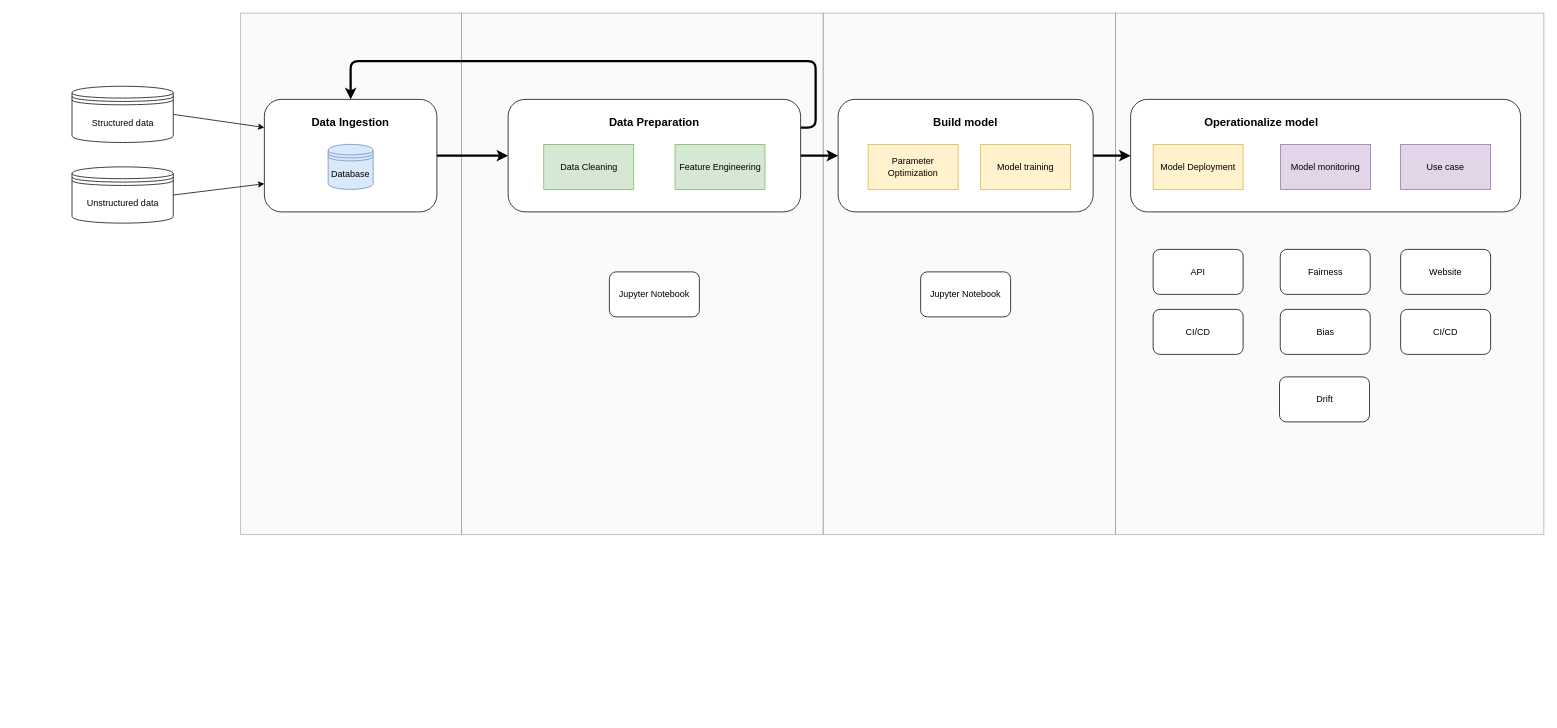
bmaelum/ml_pipeline keeps this draw.io diagram as ml_pipeline_diagram.drawio. Above is the earlier version. Source tidied: cells renumbered, new cells numbered last; positions are measured from the earlier drawing's top-left corner, leaving out a move shared by most shapes. Both pictures are drawn from the tidied source at 75%, with x=0, y=0 at pixel (71, 13).
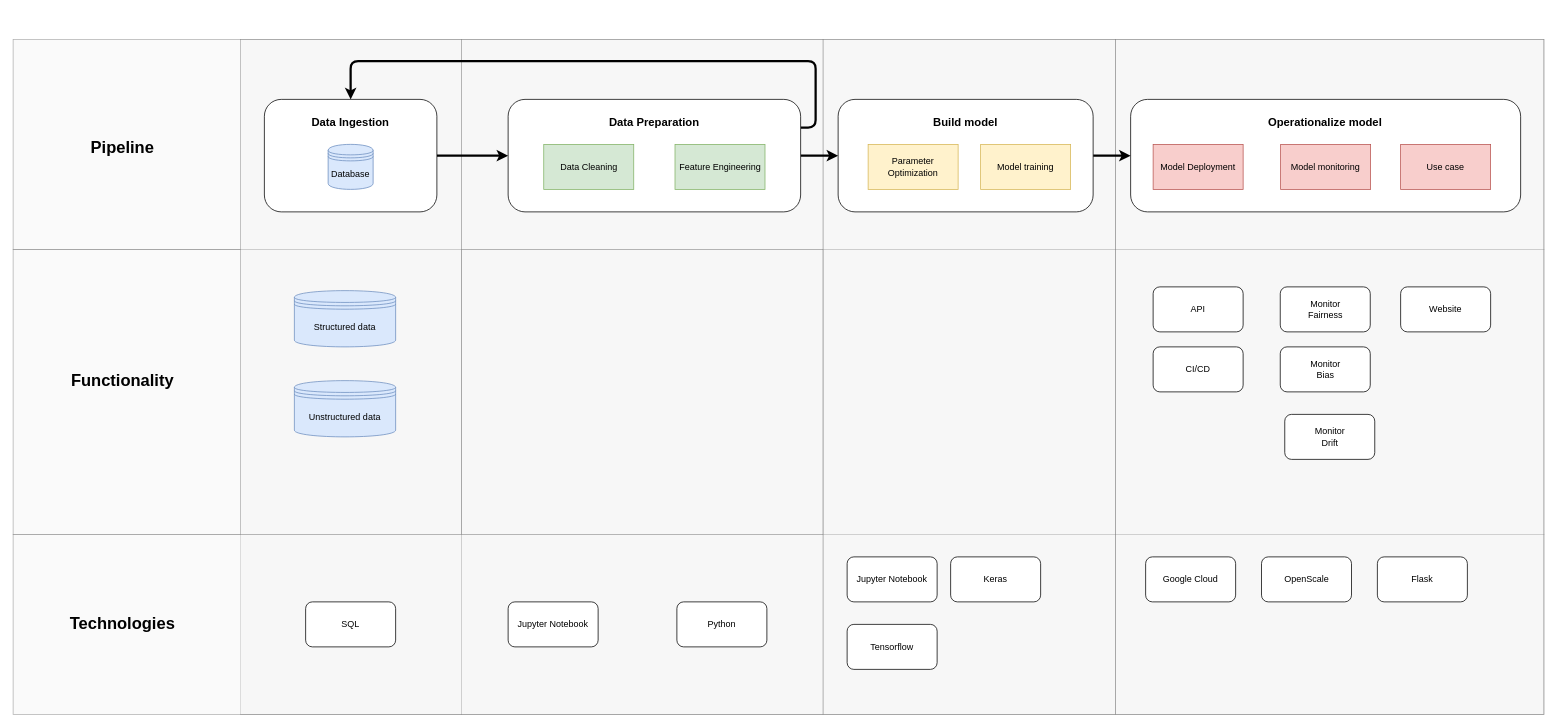
After the change.

Commit message (it also covers changes not shown here):
3rd iteration of pipeline diagram

The change refers to these unchanged cells:
```xml
<mxCell id="19" style="rounded=1;whiteSpace=wrap;html=1;" parent="1" vertex="1">
  <mxGeometry x="257" y="115" width="230" height="150" as="geometry" />
</mxCell>
```

What changed in the source:
```diff
@@
+    <mxCell id="39" style="rounded=0;whiteSpace=wrap;html=1;fillColor=#f5f5f5;strokeColor=#666666;fontColor=#333333;opacity=50;" parent="1" vertex="1">
+      <mxGeometry x="-78" y="315" width="2041" height="380" as="geometry" />
+    </mxCell>
+    <mxCell id="4" style="rounded=0;whiteSpace=wrap;html=1;fillColor=#f5f5f5;strokeColor=#666666;fontColor=#333333;opacity=50;" parent="1" vertex="1">
+      <mxGeometry x="520" y="35" width="482" height="900" as="geometry" />
+    </mxCell>
+    <mxCell id="40" style="rounded=0;whiteSpace=wrap;html=1;fillColor=#f5f5f5;strokeColor=#666666;fontColor=#333333;opacity=50;" parent="1" vertex="1">
+      <mxGeometry x="-78" y="35" width="2041" height="280" as="geometry" />
+    </mxCell>
+    <mxCell id="5" style="rounded=0;whiteSpace=wrap;html=1;fillColor=#f5f5f5;strokeColor=#666666;fontColor=#333333;opacity=50;" parent="1" vertex="1">
+      <mxGeometry x="225" y="35" width="295" height="900" as="geometry" />
+    </mxCell>
+    <mxCell id="41" style="rounded=0;whiteSpace=wrap;html=1;fillColor=#f5f5f5;strokeColor=#666666;fontColor=#333333;opacity=50;" parent="1" vertex="1">
+      <mxGeometry x="-78" y="695" width="2041" height="240" as="geometry" />
+    </mxCell>
     <mxCell id="2" style="rounded=0;whiteSpace=wrap;html=1;fillColor=#f5f5f5;strokeColor=#666666;fontColor=#333333;opacity=50;" parent="1" vertex="1">
-      <mxGeometry x="1392" width="571" height="695" as="geometry" />
+      <mxGeometry x="1392" y="35" width="571" height="900" as="geometry" />
     </mxCell>
     <mxCell id="3" style="rounded=0;whiteSpace=wrap;html=1;fillColor=#f5f5f5;strokeColor=#666666;fontColor=#333333;opacity=50;" parent="1" vertex="1">
-      <mxGeometry x="1002" width="390" height="695" as="geometry" />
+      <mxGeometry x="1002" y="35" width="390" height="900" as="geometry" />
     </mxCell>
-    <mxCell id="4" style="rounded=0;whiteSpace=wrap;html=1;fillColor=#f5f5f5;strokeColor=#666666;fontColor=#333333;opacity=50;" parent="1" vertex="1">
-      <mxGeometry x="520" width="482" height="695" as="geometry" />
-    </mxCell>
-    <mxCell id="5" style="rounded=0;whiteSpace=wrap;html=1;fillColor=#f5f5f5;strokeColor=#666666;fontColor=#333333;opacity=50;" parent="1" vertex="1">
-      <mxGeometry x="225" width="295" height="695" as="geometry" />
-    </mxCell>
@@
-    <mxCell id="15" value="Model Deployment" style="rounded=0;whiteSpace=wrap;html=1;fillColor=#fff2cc;strokeColor=#d6b656;" parent="1" vertex="1">
+    <mxCell id="15" value="Model Deployment" style="rounded=0;whiteSpace=wrap;html=1;fillColor=#f8cecc;strokeColor=#b85450;" parent="1" vertex="1">
       <mxGeometry x="1442" y="175" width="120" height="60" as="geometry" />
     </mxCell>
-    <mxCell id="16" value="Model monitoring" style="rounded=0;whiteSpace=wrap;html=1;fillColor=#e1d5e7;strokeColor=#9673a6;" parent="1" vertex="1">
+    <mxCell id="16" value="Model monitoring" style="rounded=0;whiteSpace=wrap;html=1;fillColor=#f8cecc;strokeColor=#b85450;" parent="1" vertex="1">
       <mxGeometry x="1612" y="175" width="120" height="60" as="geometry" />
     </mxCell>
@@
     <mxCell id="23" value="Operationalize model" style="text;html=1;strokeColor=none;fillColor=none;align=center;verticalAlign=middle;whiteSpace=wrap;rounded=0;fontSize=15;fontStyle=1;" parent="1" vertex="1">
-      <mxGeometry x="1502" y="135" width="169" height="20" as="geometry" />
+      <mxGeometry x="1587" y="135" width="169" height="20" as="geometry" />
     </mxCell>
@@
     <mxCell id="25" value="CI/CD" style="rounded=1;whiteSpace=wrap;html=1;" parent="1" vertex="1">
-      <mxGeometry x="1442" y="395" width="120" height="60" as="geometry" />
+      <mxGeometry x="1442" y="445" width="120" height="60" as="geometry" />
     </mxCell>
-    <mxCell id="26" value="Fairness" style="rounded=1;whiteSpace=wrap;html=1;" parent="1" vertex="1">
-      <mxGeometry x="1611.5" y="315" width="120" height="60" as="geometry" />
+    <mxCell id="26" value="Monitor &lt;br&gt;Fairness" style="rounded=1;whiteSpace=wrap;html=1;" parent="1" vertex="1">
+      <mxGeometry x="1611.5" y="365" width="120" height="60" as="geometry" />
     </mxCell>
-    <mxCell id="27" value="Bias" style="rounded=1;whiteSpace=wrap;html=1;" parent="1" vertex="1">
-      <mxGeometry x="1611.5" y="395" width="120" height="60" as="geometry" />
+    <mxCell id="27" value="Monitor &lt;br&gt;Bias" style="rounded=1;whiteSpace=wrap;html=1;" parent="1" vertex="1">
+      <mxGeometry x="1611.5" y="445" width="120" height="60" as="geometry" />
     </mxCell>
-    <mxCell id="28" value="Drift" style="rounded=1;whiteSpace=wrap;html=1;" parent="1" vertex="1">
-      <mxGeometry x="1610.5" y="485" width="120" height="60" as="geometry" />
+    <mxCell id="28" value="Monitor &lt;br&gt;Drift" style="rounded=1;whiteSpace=wrap;html=1;" parent="1" vertex="1">
+      <mxGeometry x="1617.5" y="535" width="120" height="60" as="geometry" />
     </mxCell>
     <mxCell id="29" value="Jupyter Notebook" style="rounded=1;whiteSpace=wrap;html=1;" parent="1" vertex="1">
-      <mxGeometry x="717" y="345" width="120" height="60" as="geometry" />
+      <mxGeometry x="582" y="785" width="120" height="60" as="geometry" />
     </mxCell>
     <mxCell id="30" value="Website" style="rounded=1;whiteSpace=wrap;html=1;" parent="1" vertex="1">
-      <mxGeometry x="1772" y="315" width="120" height="60" as="geometry" />
+      <mxGeometry x="1772" y="365" width="120" height="60" as="geometry" />
     </mxCell>
-    <mxCell id="31" value="Use case" style="rounded=0;whiteSpace=wrap;html=1;fillColor=#e1d5e7;strokeColor=#9673a6;" parent="1" vertex="1">
+    <mxCell id="31" value="Use case" style="rounded=0;whiteSpace=wrap;html=1;fillColor=#f8cecc;strokeColor=#b85450;" parent="1" vertex="1">
       <mxGeometry x="1772" y="175" width="120" height="60" as="geometry" />
     </mxCell>
     <mxCell id="32" value="API" style="rounded=1;whiteSpace=wrap;html=1;" parent="1" vertex="1">
-      <mxGeometry x="1442" y="315" width="120" height="60" as="geometry" />
+      <mxGeometry x="1442" y="365" width="120" height="60" as="geometry" />
     </mxCell>
-    <mxCell id="33" value="CI/CD" style="rounded=1;whiteSpace=wrap;html=1;" parent="1" vertex="1">
-      <mxGeometry x="1772" y="395" width="120" height="60" as="geometry" />
-    </mxCell>
-    <mxCell id="34" style="edgeStyle=none;jettySize=auto;html=1;exitX=1;exitY=0.5;exitDx=0;exitDy=0;entryX=0;entryY=0.75;entryDx=0;entryDy=0;strokeColor=#000000;" parent="1" edge="1" source="35" target="19">
-      <mxGeometry relative="1" as="geometry" />
-    </mxCell>
-    <mxCell id="35" value="Unstructured data" style="shape=datastore;whiteSpace=wrap;html=1;" parent="1" vertex="1">
-      <mxGeometry x="0.5" y="205" width="135" height="75" as="geometry" />
+    <mxCell id="35" value="Unstructured data" style="shape=datastore;whiteSpace=wrap;html=1;fillColor=#dae8fc;strokeColor=#6c8ebf;" parent="1" vertex="1">
+      <mxGeometry x="297" y="490" width="135" height="75" as="geometry" />
     </mxCell>
-    <mxCell id="36" style="edgeStyle=none;jettySize=auto;html=1;exitX=1;exitY=0.5;exitDx=0;exitDy=0;entryX=0;entryY=0.25;entryDx=0;entryDy=0;strokeColor=#000000;" parent="1" edge="1" source="37" target="19">
-      <mxGeometry relative="1" as="geometry" />
-    </mxCell>
+    <mxCell id="42" value="SQL" style="rounded=1;whiteSpace=wrap;html=1;" parent="1" vertex="1">
+      <mxGeometry x="312" y="785" width="120" height="60" as="geometry" />
+    </mxCell>
+    <mxCell id="38" value="Jupyter Notebook" style="rounded=1;whiteSpace=wrap;html=1;" parent="1" vertex="1">
+      <mxGeometry x="1034" y="725" width="120" height="60" as="geometry" />
+    </mxCell>
+    <mxCell id="43" value="Keras" style="rounded=1;whiteSpace=wrap;html=1;" parent="1" vertex="1">
+      <mxGeometry x="1172" y="725" width="120" height="60" as="geometry" />
+    </mxCell>
+    <mxCell id="44" value="Tensorflow" style="rounded=1;whiteSpace=wrap;html=1;" parent="1" vertex="1">
+      <mxGeometry x="1034" y="815" width="120" height="60" as="geometry" />
+    </mxCell>
+    <mxCell id="45" value="Google Cloud" style="rounded=1;whiteSpace=wrap;html=1;" parent="1" vertex="1">
+      <mxGeometry x="1432" y="725" width="120" height="60" as="geometry" />
+    </mxCell>
+    <mxCell id="46" value="OpenScale" style="rounded=1;whiteSpace=wrap;html=1;" parent="1" vertex="1">
+      <mxGeometry x="1586.5" y="725" width="120" height="60" as="geometry" />
+    </mxCell>
+    <mxCell id="47" value="&lt;font style=&quot;font-size: 22px&quot;&gt;&lt;b&gt;Technologies&lt;/b&gt;&lt;/font&gt;" style="text;html=1;strokeColor=none;fillColor=none;align=center;verticalAlign=middle;whiteSpace=wrap;rounded=0;opacity=50;" parent="1" vertex="1">
+      <mxGeometry x="-37.5" y="805" width="210" height="20" as="geometry" />
+    </mxCell>
-    <mxCell id="37" value="Structured data" style="shape=datastore;whiteSpace=wrap;html=1;" parent="1" vertex="1">
-      <mxGeometry x="0.5" y="97.5" width="135" height="75" as="geometry" />
+    <mxCell id="37" value="Structured data" style="shape=datastore;whiteSpace=wrap;html=1;fillColor=#dae8fc;strokeColor=#6c8ebf;" parent="1" vertex="1">
+      <mxGeometry x="297" y="370" width="135" height="75" as="geometry" />
     </mxCell>
-    <mxCell id="38" value="Jupyter Notebook" style="rounded=1;whiteSpace=wrap;html=1;" parent="1" vertex="1">
-      <mxGeometry x="1132" y="345" width="120" height="60" as="geometry" />
-    </mxCell>
+    <mxCell id="48" value="&lt;font style=&quot;font-size: 22px&quot;&gt;&lt;b&gt;Functionality&lt;/b&gt;&lt;/font&gt;" style="text;html=1;strokeColor=none;fillColor=none;align=center;verticalAlign=middle;whiteSpace=wrap;rounded=0;opacity=50;" parent="1" vertex="1">
+      <mxGeometry x="-37.5" y="480" width="210" height="20" as="geometry" />
+    </mxCell>
+    <mxCell id="49" value="&lt;font style=&quot;font-size: 22px&quot;&gt;&lt;b&gt;Pipeline &lt;br&gt;&lt;/b&gt;&lt;/font&gt;" style="text;html=1;strokeColor=none;fillColor=none;align=center;verticalAlign=middle;whiteSpace=wrap;rounded=0;opacity=50;" parent="1" vertex="1">
+      <mxGeometry x="-37.5" y="170" width="210" height="20" as="geometry" />
+    </mxCell>
+    <mxCell id="50" value="Python" style="rounded=1;whiteSpace=wrap;html=1;" parent="1" vertex="1">
+      <mxGeometry x="807" y="785" width="120" height="60" as="geometry" />
+    </mxCell>
+    <mxCell id="51" value="Flask" style="rounded=1;whiteSpace=wrap;html=1;" parent="1" vertex="1">
+      <mxGeometry x="1741" y="725" width="120" height="60" as="geometry" />
+    </mxCell>
```
